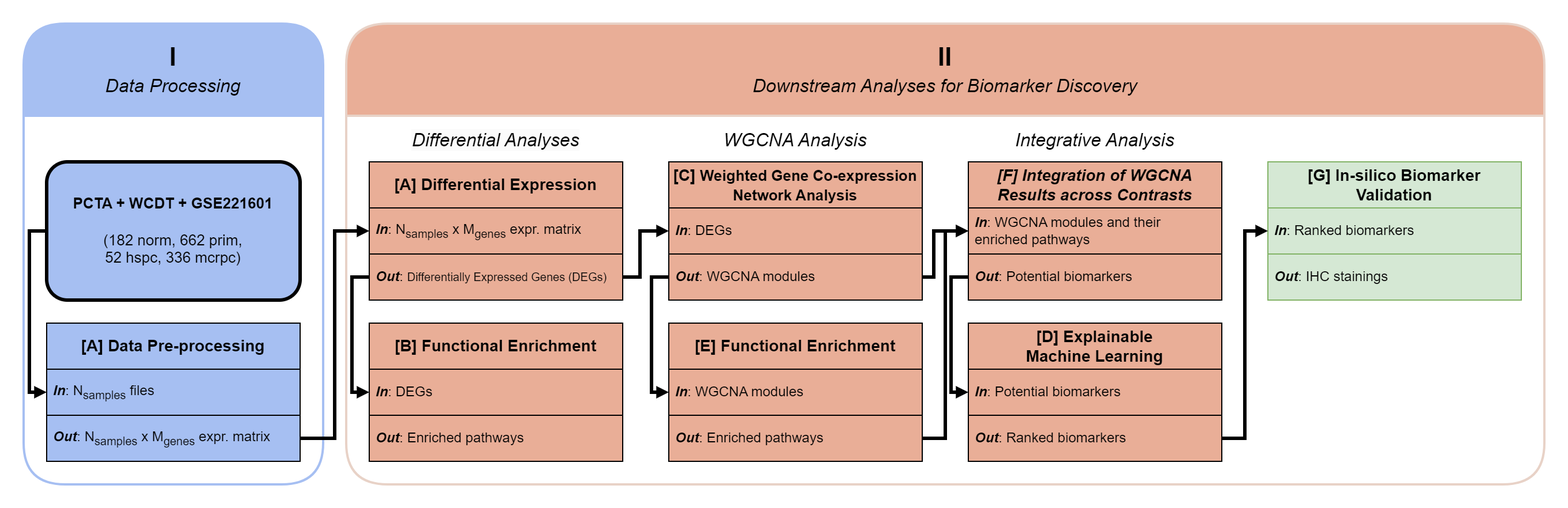
Above: docs/1_workflow.png in CarlosUziel/pca_wgcna_ml (draw.io), before the change. Source tidied: cells renumbered, new cells last; positions are measured from the earlier drawing's top-left corner, leaving out a move shared by most shapes.
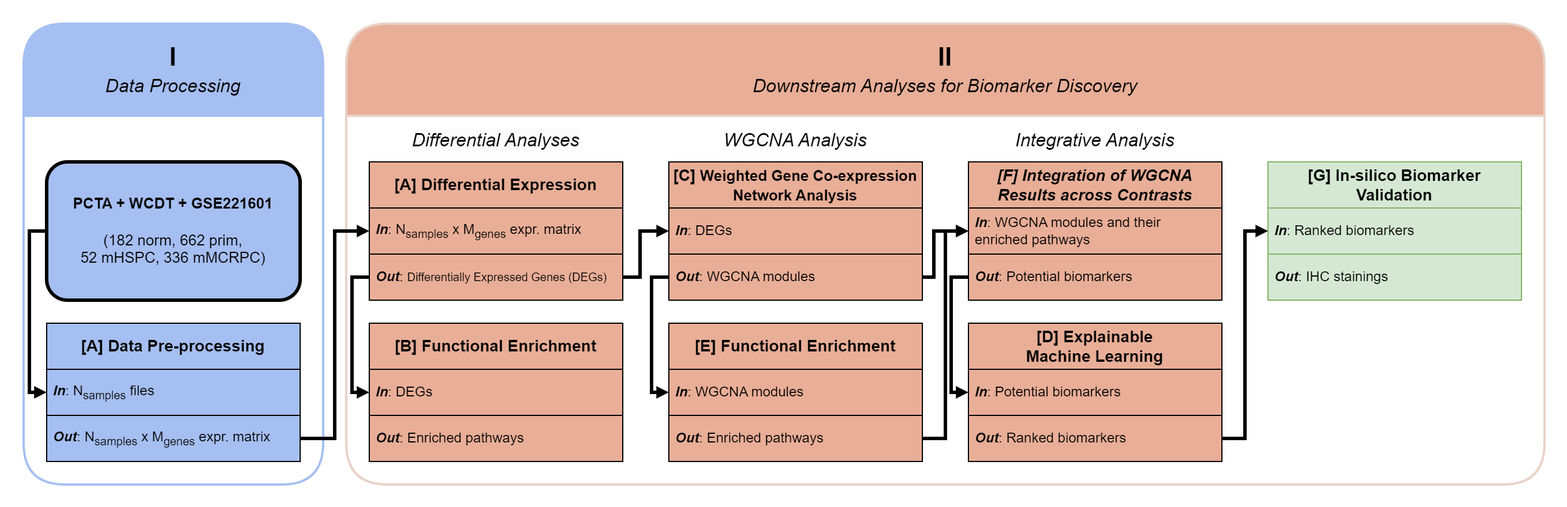
The same file after the commit.

Commit message:
Update workflow figure.

The edit, as a diff of the source:
```diff
@@ -27,7 +27,7 @@
     <mxCell id="8" value="&lt;i style=&quot;border-color: var(--border-color);&quot;&gt;&lt;b&gt;Out&lt;/b&gt;&lt;/i&gt;: N&lt;sub style=&quot;border-color: var(--border-color);&quot;&gt;samples&lt;/sub&gt;&amp;nbsp;x M&lt;sub style=&quot;border-color: var(--border-color);&quot;&gt;genes&lt;/sub&gt;&amp;nbsp;expr. matrix" style="text;strokeColor=default;fillColor=#a6bff2;align=left;verticalAlign=middle;spacingLeft=4;spacingRight=4;overflow=hidden;points=[[0,0.5],[1,0.5]];portConstraint=eastwest;whiteSpace=wrap;html=1;fontSize=12;" parent="6" vertex="1">
       <mxGeometry y="80" width="220" height="40" as="geometry" />
     </mxCell>
-    <mxCell id="9" value="&lt;div style=&quot;border-color: var(--border-color); font-size: 13px;&quot;&gt;&lt;b style=&quot;border-color: var(--border-color);&quot;&gt;PCTA + WCDT + GSE221601&lt;/b&gt;&lt;/div&gt;&lt;div style=&quot;border-color: var(--border-color); font-size: 13px;&quot;&gt;&lt;b style=&quot;border-color: var(--border-color);&quot;&gt;&lt;br style=&quot;border-color: var(--border-color);&quot;&gt;&lt;/b&gt;&lt;/div&gt;&lt;div style=&quot;border-color: var(--border-color); font-size: 13px;&quot;&gt;(182 norm, 662 prim,&lt;/div&gt;&lt;div style=&quot;border-color: var(--border-color); font-size: 13px;&quot;&gt;52 hspc, 336 mcrpc)&lt;/div&gt;" style="text;strokeColor=default;fillColor=#A6BFF2;align=center;verticalAlign=middle;spacingLeft=4;spacingRight=4;overflow=hidden;points=[[0,0.5],[1,0.5]];portConstraint=eastwest;whiteSpace=wrap;html=1;fontSize=12;gradientColor=none;rounded=1;shadow=0;strokeWidth=3;" parent="4" vertex="1">
+    <mxCell id="9" value="&lt;div style=&quot;border-color: var(--border-color); font-size: 13px;&quot;&gt;&lt;b style=&quot;border-color: var(--border-color);&quot;&gt;PCTA + WCDT + GSE221601&lt;/b&gt;&lt;/div&gt;&lt;div style=&quot;border-color: var(--border-color); font-size: 13px;&quot;&gt;&lt;b style=&quot;border-color: var(--border-color);&quot;&gt;&lt;br style=&quot;border-color: var(--border-color);&quot;&gt;&lt;/b&gt;&lt;/div&gt;&lt;div style=&quot;border-color: var(--border-color); font-size: 13px;&quot;&gt;(182 norm, 662 prim,&lt;/div&gt;&lt;div style=&quot;border-color: var(--border-color); font-size: 13px;&quot;&gt;52 mHSPC, 336 mMCRPC)&lt;/div&gt;" style="text;strokeColor=default;fillColor=#A6BFF2;align=center;verticalAlign=middle;spacingLeft=4;spacingRight=4;overflow=hidden;points=[[0,0.5],[1,0.5]];portConstraint=eastwest;whiteSpace=wrap;html=1;fontSize=12;gradientColor=none;rounded=1;shadow=0;strokeWidth=3;" parent="4" vertex="1">
       <mxGeometry x="20" y="120" width="220" height="120" as="geometry" />
     </mxCell>
     <mxCell id="10" style="edgeStyle=none;html=1;exitX=0;exitY=0.5;exitDx=0;exitDy=0;rounded=0;strokeWidth=3;strokeColor=default;jumpStyle=arc;endSize=3;startSize=3;endArrow=block;endFill=1;entryX=0;entryY=0.5;entryDx=0;entryDy=0;" parent="4" edge="1" source="9" target="7">
```
